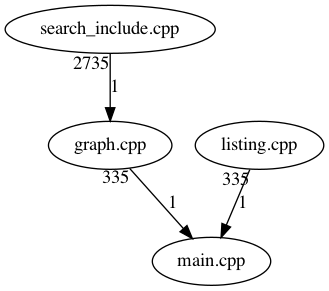
Before: graf.dot.png, a diagram exported from Graphviz (ZychDev/Zak_Io_Project). Its source is kept beside it as graf.dot.
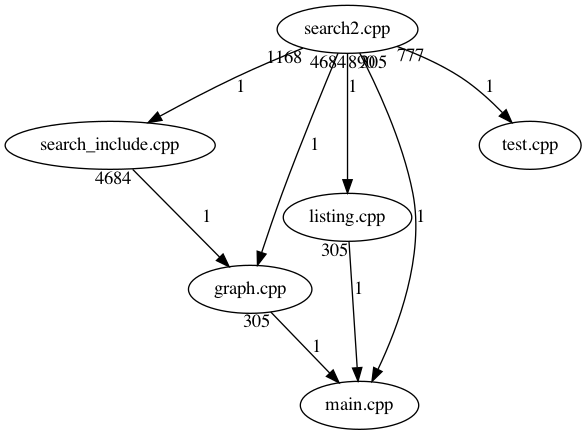
After the change.

Commit message:
graph_function  work well

Change to the diagram source:
```diff
@@ -1,6 +1,11 @@
 digraph files_graph
 {
-"search_include.cpp"->"graph.cpp"[taillabel = 2735][label = 1]
-"graph.cpp"->"main.cpp"[taillabel = 335][label = 1]
-"listing.cpp"->"main.cpp"[taillabel = 335][label = 1]
+"search_include.cpp"->"graph.cpp"[taillabel = 4684][label = 1]
+"search2.cpp"->"graph.cpp"[taillabel = 4684][label = 1]
+"search2.cpp"->"listing.cpp"[taillabel = 890][label = 1]
+"graph.cpp"->"main.cpp"[taillabel = 305][label = 1]
+"listing.cpp"->"main.cpp"[taillabel = 305][label = 1]
+"search2.cpp"->"main.cpp"[taillabel = 305][label = 1]
+"search2.cpp"->"search_include.cpp"[taillabel = 1168][label = 1]
+"search2.cpp"->"test.cpp"[taillabel = 777][label = 1]
 }
```
